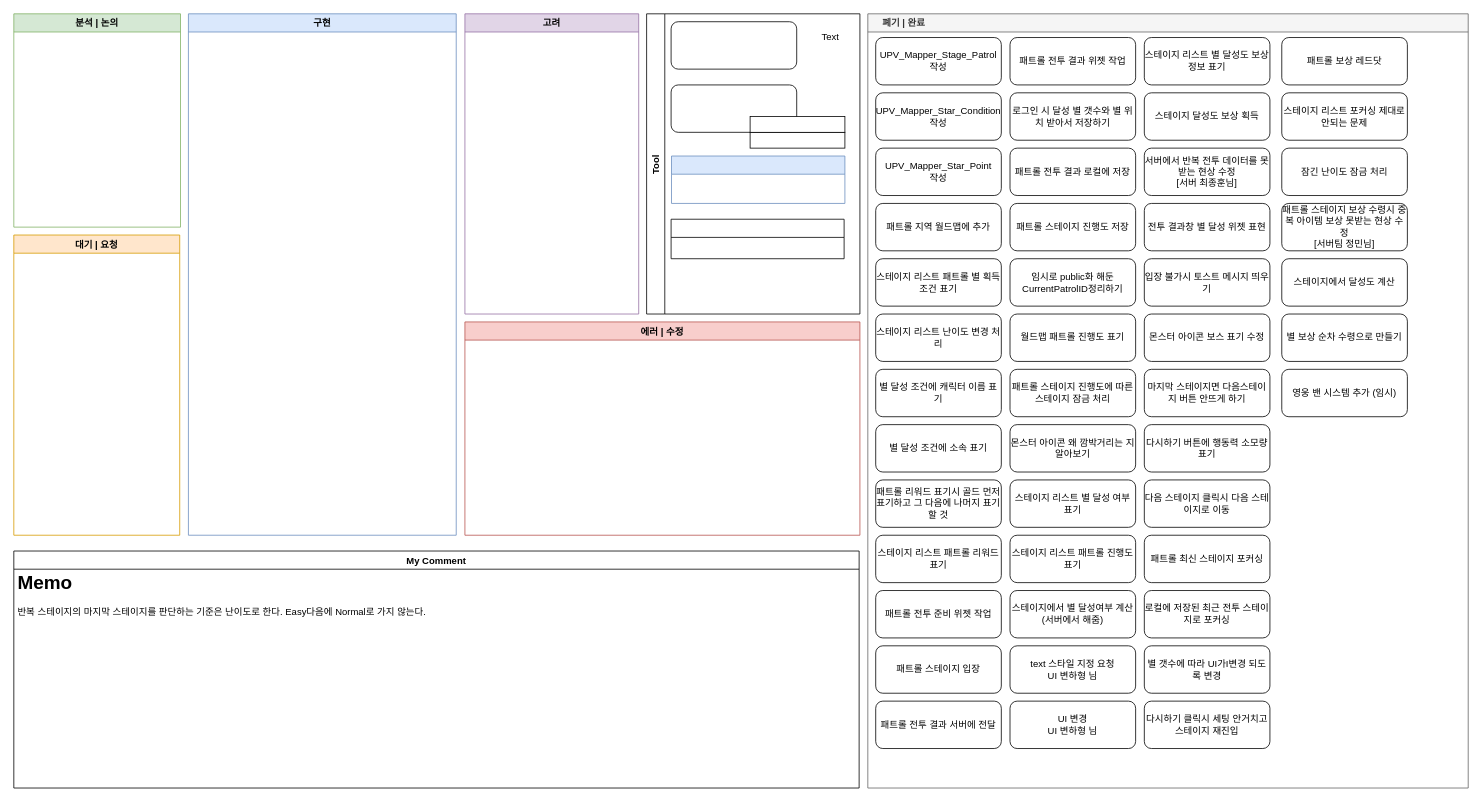
The draw.io diagram 반복 스테이지 진행상황.drawio in Endorr/Job-Board, before the edit. Source tidied: cells renumbered, new cells numbered last; positions are measured from the earlier drawing's top-left corner, leaving out a move shared by most shapes. Both pictures are drawn from the tidied source at 79%, with x=0, y=0 at pixel (13, 13).
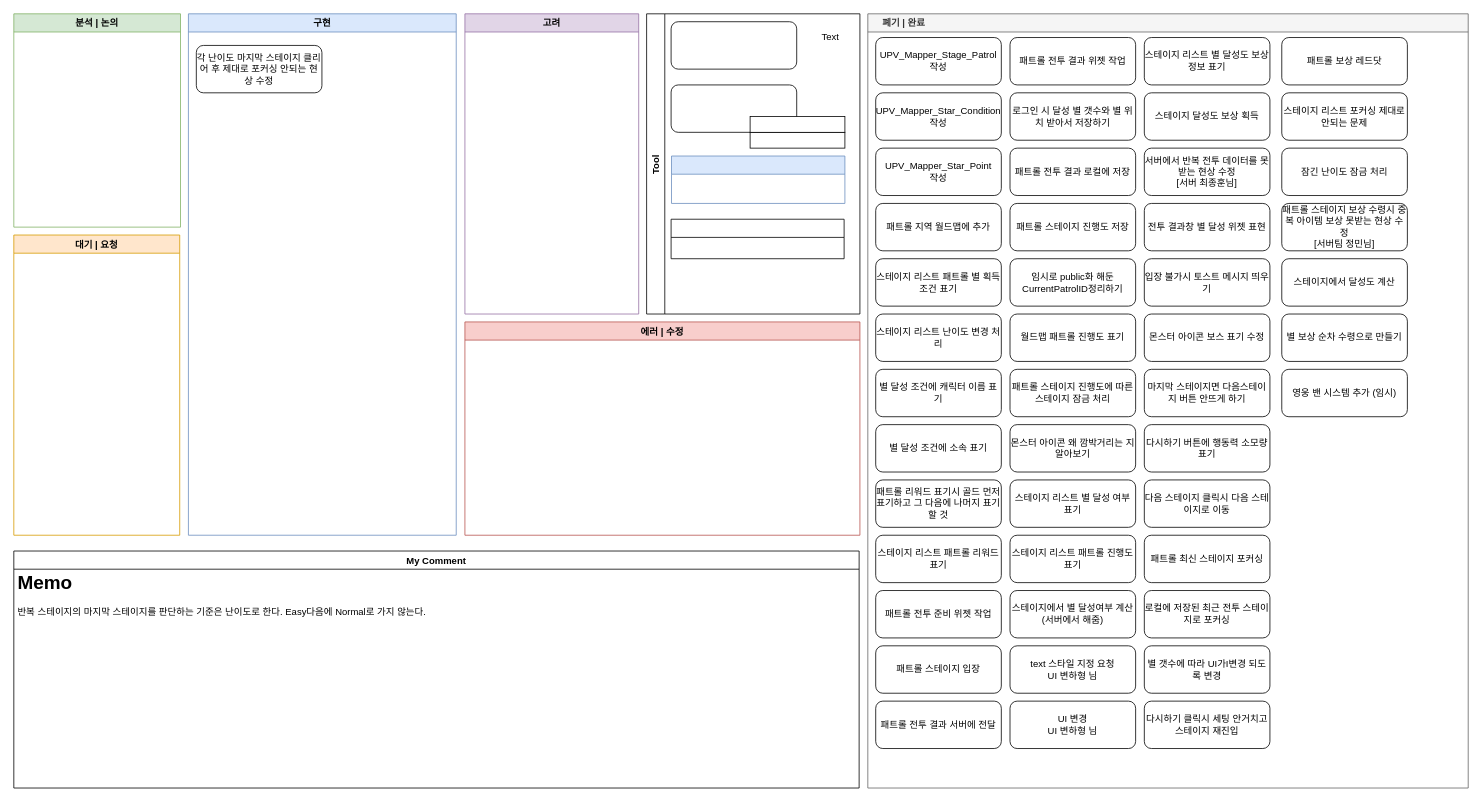
Above is the later version.

Commit message:
Update 반복 스테이지 진행상황.drawio

The change refers to these unchanged cells:
```xml
<mxCell id="2" value="구현" style="swimlane;fillColor=#dae8fc;strokeColor=#6c8ebf;" parent="1" vertex="1">
  <mxGeometry x="221" width="339" height="660" as="geometry" />
</mxCell>
```

Diff of the diagram source:
```diff
@@
+    <mxCell id="65" value="각 난이도 마지막 스테이지 클리어 후 제대로 포커싱 안되는 현상 수정" style="rounded=1;whiteSpace=wrap;html=1;" parent="2" vertex="1">
+      <mxGeometry x="10" y="40" width="159" height="60" as="geometry" />
+    </mxCell>
```
